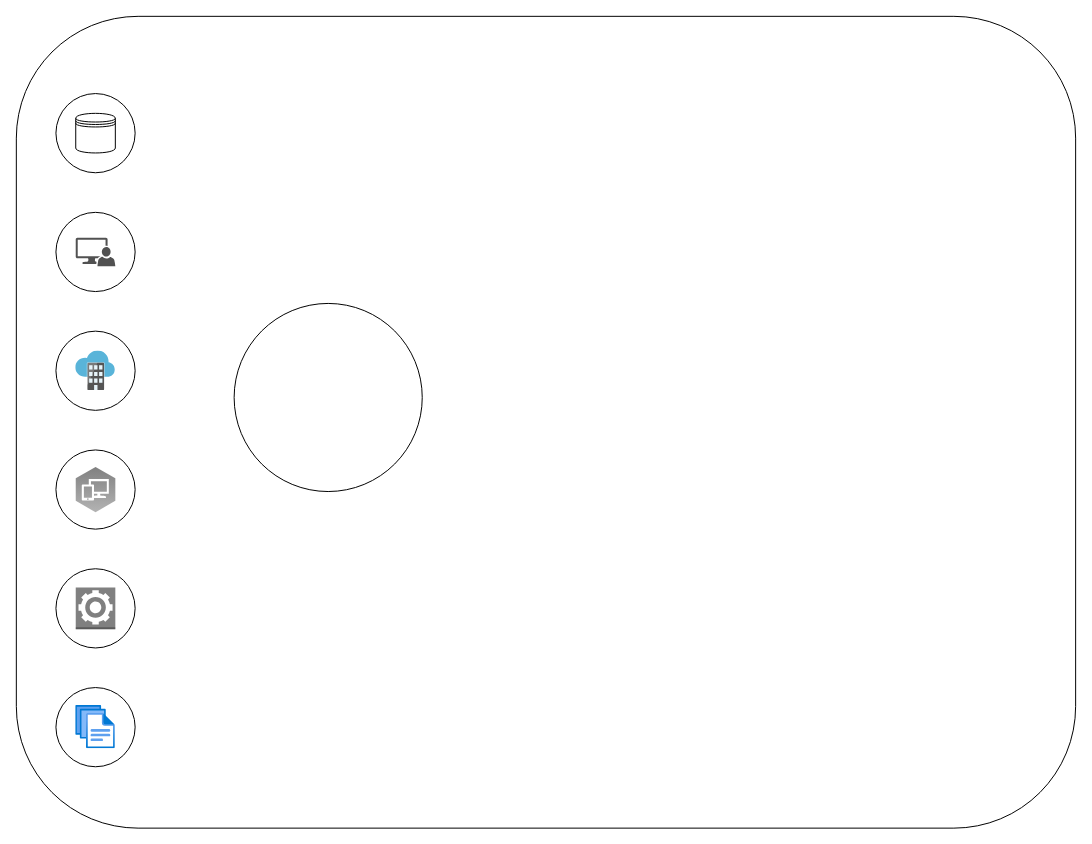
The draw.io diagram Testing.drawio in girishgodage/Draw_IO_Diagrams, before the edit. Source tidied: cells renumbered, new cells numbered last; positions are measured from the earlier drawing's top-left corner, leaving out a move shared by most shapes. Both pictures are drawn from the tidied source at 99%, with x=0, y=0 at pixel (16, 16). Pictures stored in the file or linked from it are replaced by grey dashed boxes.
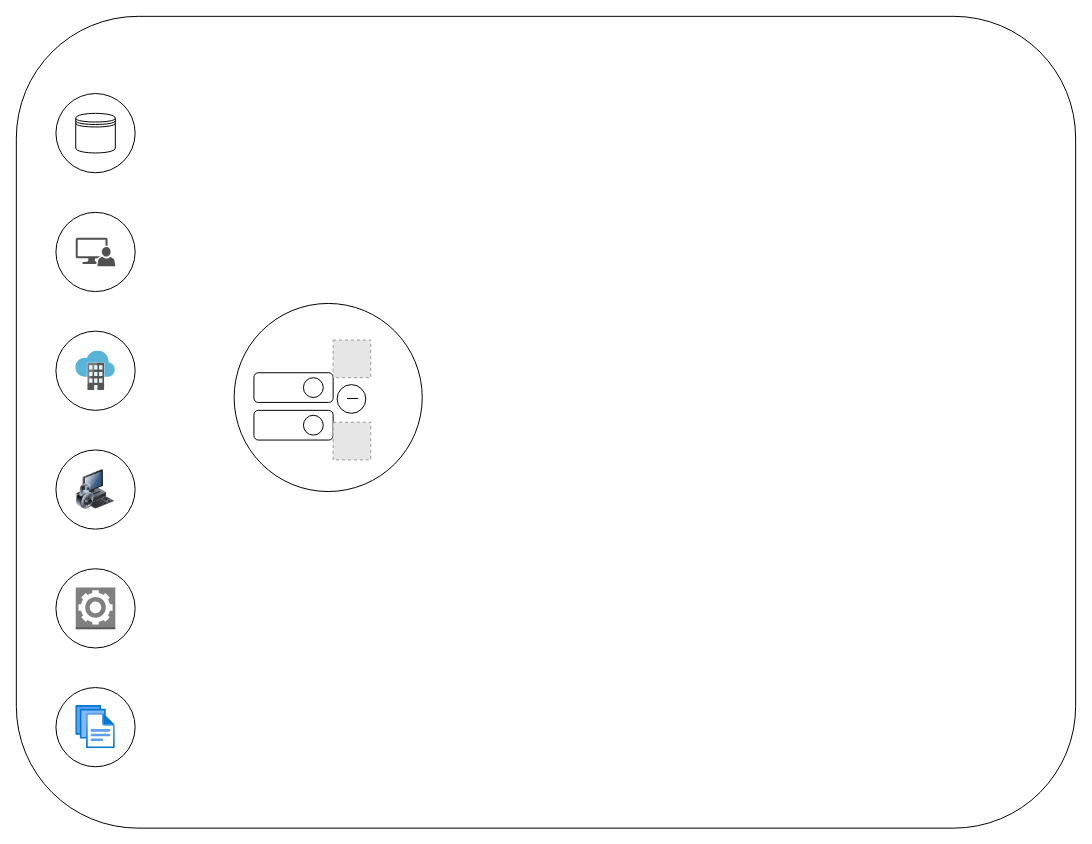
After the change.

The edit, as a diff of the source:
```diff
@@
-    <mxCell id="12" style="dashed=0;verticalLabelPosition=bottom;verticalAlign=top;align=center;html=1;shape=mxgraph.aws3.workspaces;fillColor=#B3B3B3;gradientColor=#808080;gradientDirection=north;" parent="1" vertex="1">
-      <mxGeometry x="60" y="455.1" width="40" height="45.8" as="geometry" />
-    </mxCell>
@@
+    <mxCell id="16" style="rounded=1;whiteSpace=wrap;html=1;dashed=0;strokeColor=default;align=center;verticalAlign=top;fontFamily=Helvetica;fontSize=12;fontColor=default;fillColor=default;gradientDirection=north;" parent="1" vertex="1">
+      <mxGeometry x="240" y="360" width="80" height="30" as="geometry" />
+    </mxCell>
+    <mxCell id="17" style="rounded=1;whiteSpace=wrap;html=1;dashed=0;strokeColor=default;align=center;verticalAlign=top;fontFamily=Helvetica;fontSize=12;fontColor=default;fillColor=default;gradientDirection=north;" parent="1" vertex="1">
+      <mxGeometry x="240" y="398" width="80" height="30" as="geometry" />
+    </mxCell>
+    <mxCell id="18" style="ellipse;whiteSpace=wrap;html=1;dashed=0;strokeColor=default;align=center;verticalAlign=top;fontFamily=Helvetica;fontSize=12;fontColor=default;fillColor=default;gradientDirection=north;" parent="1" vertex="1">
+      <mxGeometry x="290" y="365" width="20" height="20" as="geometry" />
+    </mxCell>
+    <mxCell id="19" style="ellipse;whiteSpace=wrap;html=1;dashed=0;strokeColor=default;align=center;verticalAlign=top;fontFamily=Helvetica;fontSize=12;fontColor=default;fillColor=default;gradientDirection=north;" parent="1" vertex="1">
+      <mxGeometry x="290" y="403" width="20" height="20" as="geometry" />
+    </mxCell>
+    <mxCell id="20" style="fillColor=#E6E6E6;strokeColor=#999999;dashed=1;html=1;verticalAlign=top;verticalLabelPosition=bottom;labelBackgroundColor=#ffffff;align=center;fontFamily=Helvetica;fontSize=12;fontColor=default;" parent="1" vertex="1">
+      <mxGeometry x="320" y="327" width="38" height="38" as="geometry" />
+    </mxCell>
+    <mxCell id="21" style="fillColor=#E6E6E6;strokeColor=#999999;dashed=1;html=1;verticalAlign=top;verticalLabelPosition=bottom;labelBackgroundColor=#ffffff;align=center;fontFamily=Helvetica;fontSize=12;fontColor=default;" parent="1" vertex="1">
+      <mxGeometry x="320" y="410" width="38" height="38" as="geometry" />
+    </mxCell>
+    <mxCell id="22" style="image;html=1;image=img/lib/clip_art/computers/Secure_System_128x128.png;dashed=0;strokeColor=default;align=center;verticalAlign=top;fontFamily=Helvetica;fontSize=12;fontColor=default;fillColor=default;gradientDirection=north;" parent="1" vertex="1">
+      <mxGeometry x="60" y="458" width="40" height="40" as="geometry" />
+    </mxCell>
+    <mxCell id="23" style="ellipse;whiteSpace=wrap;html=1;dashed=0;strokeColor=default;align=center;verticalAlign=top;fontFamily=Helvetica;fontSize=12;fontColor=default;fillColor=default;gradientDirection=north;" parent="1" vertex="1">
+      <mxGeometry x="324" y="372" width="29" height="29" as="geometry" />
+    </mxCell>
+    <mxCell id="24" style="line;strokeWidth=1;dashed=0;labelPosition=right;align=left;verticalAlign=middle;spacingTop=0;spacingLeft=6;strokeColor=default;fontFamily=Helvetica;fontSize=12;fontColor=default;fillColor=default;gradientDirection=north;" parent="1" vertex="1">
+      <mxGeometry x="334" y="381" width="11" height="10" as="geometry" />
+    </mxCell>
```
